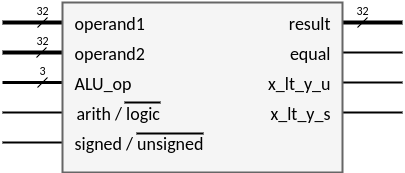
This is static/images/300/ALU_entity.png from KULeuven-Diepenbeek/course_disch, a draw.io export, as it was before one commit. Source tidied: cells renumbered, new cells last; positions are measured from the earlier drawing's top-left corner, leaving out a move shared by most shapes.
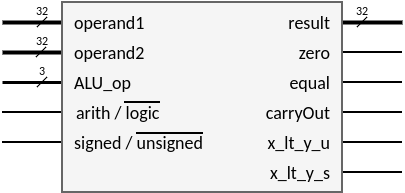
The same file after the commit.

Commit message:
update ALU flags

Diff of the diagram source:
```diff
@@ -2,6 +2,18 @@
   <root>
     <mxCell id="0" />
     <mxCell id="1" parent="0" />
+    <mxCell id="30" style="endArrow=none;html=1;rounded=0;strokeWidth=2;" parent="1" edge="1">
+      <mxGeometry relative="1" as="geometry">
+        <mxPoint x="220" y="142" as="sourcePoint" />
+        <mxPoint x="400" y="142" as="targetPoint" />
+      </mxGeometry>
+    </mxCell>
+    <mxCell id="31" style="endArrow=none;html=1;rounded=0;strokeWidth=2;" parent="1" edge="1">
+      <mxGeometry relative="1" as="geometry">
+        <mxPoint x="220" y="172" as="sourcePoint" />
+        <mxPoint x="400" y="172" as="targetPoint" />
+      </mxGeometry>
+    </mxCell>
     <mxCell id="2" style="endArrow=none;html=1;rounded=0;strokeWidth=4;" parent="1" edge="1">
       <mxGeometry relative="1" as="geometry">
         <mxPoint y="22" as="sourcePoint" />
@@ -87,7 +99,7 @@
       </mxGeometry>
     </mxCell>
     <mxCell id="18" style="rounded=0;whiteSpace=wrap;html=1;fillColor=#f5f5f5;fontColor=#333333;strokeColor=#666666;strokeWidth=2;" parent="1" vertex="1">
-      <mxGeometry x="60" y="2" width="280" height="170" as="geometry" />
+      <mxGeometry x="60" y="2" width="280" height="190" as="geometry" />
     </mxCell>
     <mxCell id="19" value="&lt;font face=&quot;calibri&quot; style=&quot;font-size: 18px;&quot;&gt;operand1&lt;/font&gt;" style="text;html=1;align=left;verticalAlign=middle;whiteSpace=wrap;rounded=0;" parent="1" vertex="1">
       <mxGeometry x="70" y="7" width="130" height="30" as="geometry" />
@@ -120,13 +132,19 @@
       <mxGeometry x="260" y="7" width="70" height="30" as="geometry" />
     </mxCell>
     <mxCell id="27" value="&lt;font face=&quot;calibri&quot; style=&quot;font-size: 18px;&quot;&gt;equal&lt;/font&gt;" style="text;html=1;align=right;verticalAlign=middle;whiteSpace=wrap;rounded=0;" parent="1" vertex="1">
-      <mxGeometry x="260" y="37" width="70" height="30" as="geometry" />
+      <mxGeometry x="260" y="67" width="70" height="30" as="geometry" />
     </mxCell>
     <mxCell id="28" value="&lt;font face=&quot;calibri&quot; style=&quot;font-size: 18px;&quot;&gt;x_lt_y_u&lt;/font&gt;" style="text;html=1;align=right;verticalAlign=middle;whiteSpace=wrap;rounded=0;" parent="1" vertex="1">
-      <mxGeometry x="260" y="67" width="70" height="30" as="geometry" />
+      <mxGeometry x="260" y="127" width="70" height="30" as="geometry" />
     </mxCell>
     <mxCell id="29" value="&lt;font face=&quot;calibri&quot; style=&quot;font-size: 18px;&quot;&gt;x_lt_y_s&lt;/font&gt;" style="text;html=1;align=right;verticalAlign=middle;whiteSpace=wrap;rounded=0;" parent="1" vertex="1">
-      <mxGeometry x="260" y="97" width="70" height="30" as="geometry" />
+      <mxGeometry x="260" y="157" width="70" height="30" as="geometry" />
     </mxCell>
+    <mxCell id="32" value="&lt;font face=&quot;calibri&quot; style=&quot;font-size: 18px;&quot;&gt;zero&lt;/font&gt;" style="text;html=1;align=right;verticalAlign=middle;whiteSpace=wrap;rounded=0;" parent="1" vertex="1">
+      <mxGeometry x="260" y="37" width="70" height="30" as="geometry" />
+    </mxCell>
+    <mxCell id="33" value="&lt;font face=&quot;calibri&quot; style=&quot;font-size: 18px;&quot;&gt;carryOut&lt;/font&gt;" style="text;html=1;align=right;verticalAlign=middle;whiteSpace=wrap;rounded=0;" parent="1" vertex="1">
+      <mxGeometry x="260" y="97" width="70" height="30" as="geometry" />
+    </mxCell>
   </root>
 </mxGraphModel>
```
